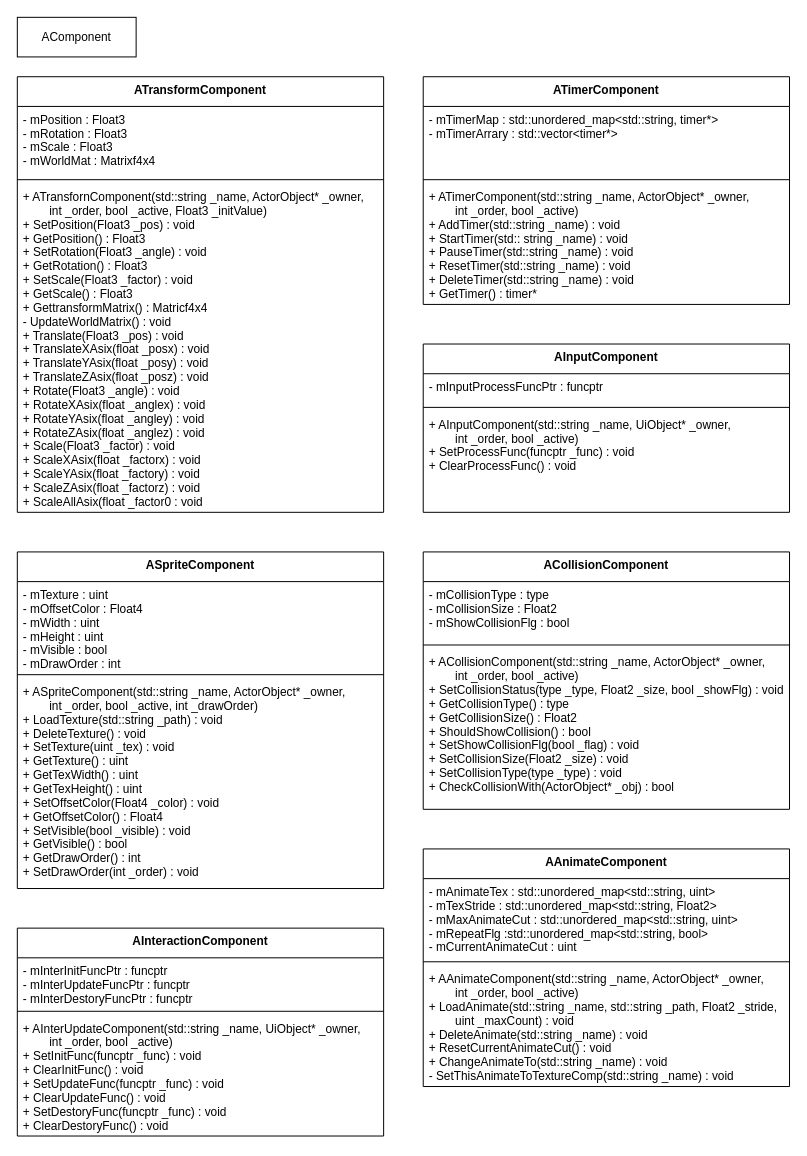
Above: page "acomponent" (5 of 7) of MyNinDesign.drawio in HIBICUS-CAI/NinAtHome_OpenGL (draw.io), before the change. Source tidied: cells renumbered, new cells numbered last; positions are measured from the earlier drawing's top-left corner, leaving out a move shared by most shapes. Both pictures are drawn from the tidied source at 99%, with x=0, y=0 at pixel (17, 17).
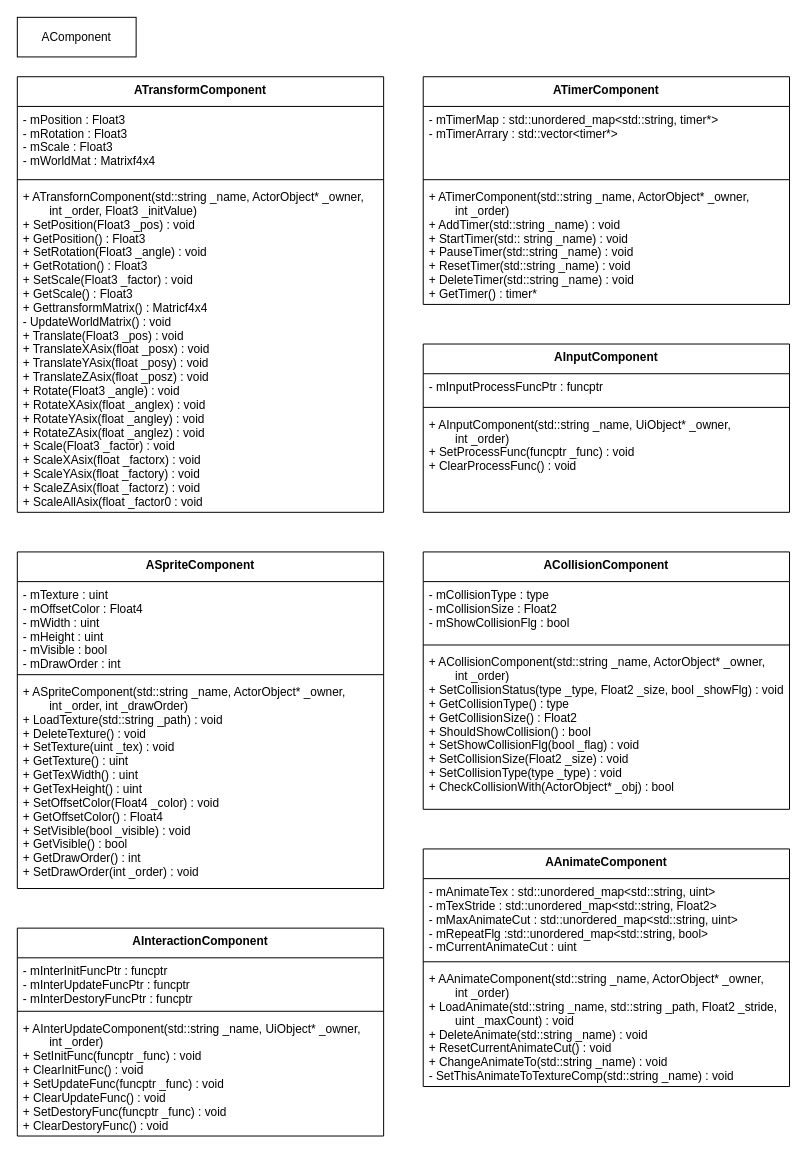
The same diagram, later.

Unchanged cells that the change refers to:
```xml
<mxCell id="3" value="ATransformComponent" style="swimlane;fontStyle=1;align=center;verticalAlign=top;horizontal=1;startSize=30;" parent="1" vertex="1">
  <mxGeometry y="60" width="370" height="440" as="geometry" />
</mxCell>
<mxCell id="7" value="ATimerComponent" style="swimlane;fontStyle=1;align=center;verticalAlign=top;horizontal=1;startSize=30;" parent="1" vertex="1">
  <mxGeometry x="410" y="60" width="370" height="230" as="geometry" />
</mxCell>
<mxCell id="11" value="AInputComponent" style="swimlane;fontStyle=1;align=center;verticalAlign=top;horizontal=1;startSize=30;" parent="1" vertex="1">
  <mxGeometry x="410" y="330" width="370" height="170" as="geometry" />
</mxCell>
<mxCell id="15" value="ASpriteComponent" style="swimlane;fontStyle=1;align=center;verticalAlign=top;horizontal=1;startSize=30;" parent="1" vertex="1">
  <mxGeometry y="540" width="370" height="340" as="geometry" />
</mxCell>
<mxCell id="19" value="ACollisionComponent" style="swimlane;fontStyle=1;align=center;verticalAlign=top;horizontal=1;startSize=30;" parent="1" vertex="1">
  <mxGeometry x="410" y="540" width="370" height="260" as="geometry" />
</mxCell>
<mxCell id="23" value="AInteractionComponent" style="swimlane;fontStyle=1;align=center;verticalAlign=top;horizontal=1;startSize=30;" parent="1" vertex="1">
  <mxGeometry y="920" width="370" height="210" as="geometry" />
</mxCell>
<mxCell id="27" value="AAnimateComponent" style="swimlane;fontStyle=1;align=center;verticalAlign=top;horizontal=1;startSize=30;" parent="1" vertex="1">
  <mxGeometry x="410" y="840" width="370" height="240" as="geometry" />
</mxCell>
```

Diff of the diagram source:
```diff
@@
-    <mxCell id="6" value="+ ATransfornComponent(std::string _name, ActorObject* _owner,&#10;        int _order, bool _active, Float3 _initValue)&#10;+ SetPosition(Float3 _pos) : void&#10;+ GetPosition() : Float3&#10;+ SetRotation(Float3 _angle) : void&#10;+ GetRotation() : Float3&#10;+ SetScale(Float3 _factor) : void&#10;+ GetScale() : Float3&#10;+ GettransformMatrix() : Matricf4x4&#10;- UpdateWorldMatrix() : void&#10;+ Translate(Float3 _pos) : void&#10;+ TranslateXAsix(float _posx) : void&#10;+ TranslateYAsix(float _posy) : void&#10;+ TranslateZAsix(float _posz) : void&#10;+ Rotate(Float3 _angle) : void&#10;+ RotateXAsix(float _anglex) : void&#10;+ RotateYAsix(float _angley) : void&#10;+ RotateZAsix(float _anglez) : void&#10;+ Scale(Float3 _factor) : void&#10;+ ScaleXAsix(float _factorx) : void&#10;+ ScaleYAsix(float _factory) : void&#10;+ ScaleZAsix(float _factorz) : void&#10;+ ScaleAllAsix(float _factor0 : void" style="text;strokeColor=none;fillColor=none;align=left;verticalAlign=top;spacingLeft=4;spacingRight=4;overflow=hidden;" parent="3" vertex="1">
+    <mxCell id="6" value="+ ATransfornComponent(std::string _name, ActorObject* _owner,&#10;        int _order, Float3 _initValue)&#10;+ SetPosition(Float3 _pos) : void&#10;+ GetPosition() : Float3&#10;+ SetRotation(Float3 _angle) : void&#10;+ GetRotation() : Float3&#10;+ SetScale(Float3 _factor) : void&#10;+ GetScale() : Float3&#10;+ GettransformMatrix() : Matricf4x4&#10;- UpdateWorldMatrix() : void&#10;+ Translate(Float3 _pos) : void&#10;+ TranslateXAsix(float _posx) : void&#10;+ TranslateYAsix(float _posy) : void&#10;+ TranslateZAsix(float _posz) : void&#10;+ Rotate(Float3 _angle) : void&#10;+ RotateXAsix(float _anglex) : void&#10;+ RotateYAsix(float _angley) : void&#10;+ RotateZAsix(float _anglez) : void&#10;+ Scale(Float3 _factor) : void&#10;+ ScaleXAsix(float _factorx) : void&#10;+ ScaleYAsix(float _factory) : void&#10;+ ScaleZAsix(float _factorz) : void&#10;+ ScaleAllAsix(float _factor0 : void" style="text;strokeColor=none;fillColor=none;align=left;verticalAlign=top;spacingLeft=4;spacingRight=4;overflow=hidden;" parent="3" vertex="1">
       <mxGeometry y="108" width="370" height="332" as="geometry" />
     </mxCell>
@@
-    <mxCell id="10" value="+ ATimerComponent(std::string _name, ActorObject* _owner,&#10;        int _order, bool _active)&#10;+ AddTimer(std::string _name) : void&#10;+ StartTimer(std:: string _name) : void&#10;+ PauseTimer(std::string _name) : void&#10;+ ResetTimer(std::string _name) : void&#10;+ DeleteTimer(std::string _name) : void&#10;+ GetTimer() : timer*" style="text;strokeColor=none;fillColor=none;align=left;verticalAlign=top;spacingLeft=4;spacingRight=4;overflow=hidden;" parent="7" vertex="1">
+    <mxCell id="10" value="+ ATimerComponent(std::string _name, ActorObject* _owner,&#10;        int _order)&#10;+ AddTimer(std::string _name) : void&#10;+ StartTimer(std:: string _name) : void&#10;+ PauseTimer(std::string _name) : void&#10;+ ResetTimer(std::string _name) : void&#10;+ DeleteTimer(std::string _name) : void&#10;+ GetTimer() : timer*" style="text;strokeColor=none;fillColor=none;align=left;verticalAlign=top;spacingLeft=4;spacingRight=4;overflow=hidden;" parent="7" vertex="1">
       <mxGeometry y="108" width="370" height="122" as="geometry" />
     </mxCell>
@@
-    <mxCell id="14" value="+ AInputComponent(std::string _name, UiObject* _owner,&#10;        int _order, bool _active)&#10;+ SetProcessFunc(funcptr _func) : void&#10;+ ClearProcessFunc() : void" style="text;strokeColor=none;fillColor=none;align=left;verticalAlign=top;spacingLeft=4;spacingRight=4;overflow=hidden;" parent="11" vertex="1">
+    <mxCell id="14" value="+ AInputComponent(std::string _name, UiObject* _owner,&#10;        int _order)&#10;+ SetProcessFunc(funcptr _func) : void&#10;+ ClearProcessFunc() : void" style="text;strokeColor=none;fillColor=none;align=left;verticalAlign=top;spacingLeft=4;spacingRight=4;overflow=hidden;" parent="11" vertex="1">
       <mxGeometry y="68" width="370" height="102" as="geometry" />
     </mxCell>
@@
-    <mxCell id="18" value="+ ASpriteComponent(std::string _name, ActorObject* _owner,&#10;        int _order, bool _active, int _drawOrder)&#10;+ LoadTexture(std::string _path) : void&#10;+ DeleteTexture() : void&#10;+ SetTexture(uint _tex) : void&#10;+ GetTexture() : uint&#10;+ GetTexWidth() : uint&#10;+ GetTexHeight() : uint&#10;+ SetOffsetColor(Float4 _color) : void&#10;+ GetOffsetColor() : Float4&#10;+ SetVisible(bool _visible) : void&#10;+ GetVisible() : bool&#10;+ GetDrawOrder() : int&#10;+ SetDrawOrder(int _order) : void" style="text;strokeColor=none;fillColor=none;align=left;verticalAlign=top;spacingLeft=4;spacingRight=4;overflow=hidden;" parent="15" vertex="1">
+    <mxCell id="18" value="+ ASpriteComponent(std::string _name, ActorObject* _owner,&#10;        int _order, int _drawOrder)&#10;+ LoadTexture(std::string _path) : void&#10;+ DeleteTexture() : void&#10;+ SetTexture(uint _tex) : void&#10;+ GetTexture() : uint&#10;+ GetTexWidth() : uint&#10;+ GetTexHeight() : uint&#10;+ SetOffsetColor(Float4 _color) : void&#10;+ GetOffsetColor() : Float4&#10;+ SetVisible(bool _visible) : void&#10;+ GetVisible() : bool&#10;+ GetDrawOrder() : int&#10;+ SetDrawOrder(int _order) : void" style="text;strokeColor=none;fillColor=none;align=left;verticalAlign=top;spacingLeft=4;spacingRight=4;overflow=hidden;" parent="15" vertex="1">
       <mxGeometry y="128" width="370" height="212" as="geometry" />
     </mxCell>
@@
-    <mxCell id="22" value="+ ACollisionComponent(std::string _name, ActorObject* _owner,&#10;        int _order, bool _active)&#10;+ SetCollisionStatus(type _type, Float2 _size, bool _showFlg) : void&#10;+ GetCollisionType() : type&#10;+ GetCollisionSize() : Float2&#10;+ ShouldShowCollision() : bool&#10;+ SetShowCollisionFlg(bool _flag) : void&#10;+ SetCollisionSize(Float2 _size) : void&#10;+ SetCollisionType(type _type) : void&#10;+ CheckCollisionWith(ActorObject* _obj) : bool" style="text;strokeColor=none;fillColor=none;align=left;verticalAlign=top;spacingLeft=4;spacingRight=4;overflow=hidden;" parent="19" vertex="1">
+    <mxCell id="22" value="+ ACollisionComponent(std::string _name, ActorObject* _owner,&#10;        int _order)&#10;+ SetCollisionStatus(type _type, Float2 _size, bool _showFlg) : void&#10;+ GetCollisionType() : type&#10;+ GetCollisionSize() : Float2&#10;+ ShouldShowCollision() : bool&#10;+ SetShowCollisionFlg(bool _flag) : void&#10;+ SetCollisionSize(Float2 _size) : void&#10;+ SetCollisionType(type _type) : void&#10;+ CheckCollisionWith(ActorObject* _obj) : bool" style="text;strokeColor=none;fillColor=none;align=left;verticalAlign=top;spacingLeft=4;spacingRight=4;overflow=hidden;" parent="19" vertex="1">
       <mxGeometry y="98" width="370" height="162" as="geometry" />
     </mxCell>
@@
-    <mxCell id="26" value="+ AInterUpdateComponent(std::string _name, UiObject* _owner,&#10;        int _order, bool _active)&#10;+ SetInitFunc(funcptr _func) : void&#10;+ ClearInitFunc() : void&#10;+ SetUpdateFunc(funcptr _func) : void&#10;+ ClearUpdateFunc() : void&#10;+ SetDestoryFunc(funcptr _func) : void&#10;+ ClearDestoryFunc() : void" style="text;strokeColor=none;fillColor=none;align=left;verticalAlign=top;spacingLeft=4;spacingRight=4;overflow=hidden;" parent="23" vertex="1">
+    <mxCell id="26" value="+ AInterUpdateComponent(std::string _name, UiObject* _owner,&#10;        int _order)&#10;+ SetInitFunc(funcptr _func) : void&#10;+ ClearInitFunc() : void&#10;+ SetUpdateFunc(funcptr _func) : void&#10;+ ClearUpdateFunc() : void&#10;+ SetDestoryFunc(funcptr _func) : void&#10;+ ClearDestoryFunc() : void" style="text;strokeColor=none;fillColor=none;align=left;verticalAlign=top;spacingLeft=4;spacingRight=4;overflow=hidden;" parent="23" vertex="1">
       <mxGeometry y="88" width="370" height="122" as="geometry" />
     </mxCell>
@@
-    <mxCell id="30" value="+ AAnimateComponent(std::string _name, ActorObject* _owner,&#10;        int _order, bool _active)&#10;+ LoadAnimate(std::string _name, std::string _path, Float2 _stride,&#10;        uint _maxCount) : void&#10;+ DeleteAnimate(std::string _name) : void&#10;+ ResetCurrentAnimateCut() : void&#10;+ ChangeAnimateTo(std::string _name) : void&#10;- SetThisAnimateToTextureComp(std::string _name) : void" style="text;strokeColor=none;fillColor=none;align=left;verticalAlign=top;spacingLeft=4;spacingRight=4;overflow=hidden;" parent="27" vertex="1">
+    <mxCell id="30" value="+ AAnimateComponent(std::string _name, ActorObject* _owner,&#10;        int _order)&#10;+ LoadAnimate(std::string _name, std::string _path, Float2 _stride,&#10;        uint _maxCount) : void&#10;+ DeleteAnimate(std::string _name) : void&#10;+ ResetCurrentAnimateCut() : void&#10;+ ChangeAnimateTo(std::string _name) : void&#10;- SetThisAnimateToTextureComp(std::string _name) : void" style="text;strokeColor=none;fillColor=none;align=left;verticalAlign=top;spacingLeft=4;spacingRight=4;overflow=hidden;" parent="27" vertex="1">
       <mxGeometry y="118" width="370" height="122" as="geometry" />
     </mxCell>
```
